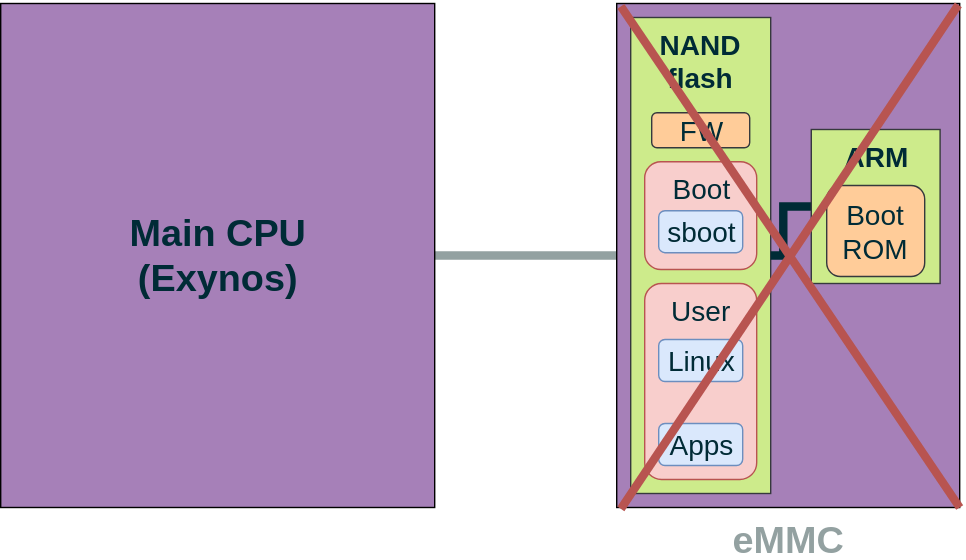
The draw.io diagram resources/schematic_6.svg in oranav/emmc-talk-2017, before a commit. Source tidied: cells renumbered, new cells last; positions are measured from the earlier drawing's top-left corner, leaving out a move shared by most shapes.
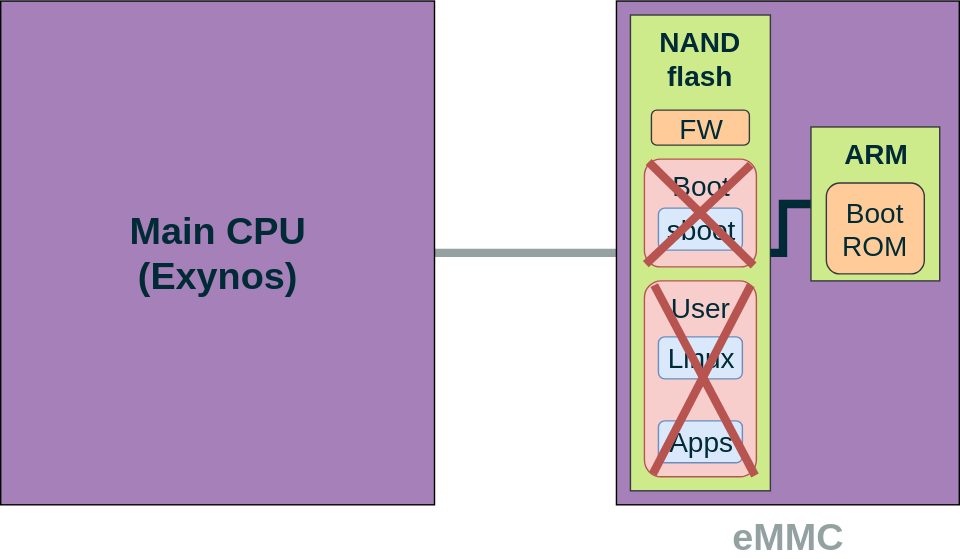
Later version of the same file.

Commit message:
Make schematics more coherent

Change to the diagram source:
```diff
@@ -41,11 +41,17 @@
     <mxCell id="14" value="Apps" style="rounded=1;whiteSpace=wrap;html=1;glass=0;fillColor=#dae8fc;fontFamily=Helvetica;fontSize=20;fontColor=#002B36;strokeColor=#6c8ebf;" parent="1" vertex="1">
       <mxGeometry x="470" y="300" width="60" height="30" as="geometry" />
     </mxCell>
-    <mxCell id="15" style="endArrow=none;html=1;labelBackgroundColor=none;strokeColor=#b85450;strokeWidth=6;fontFamily=Helvetica;fontSize=20;fontColor=#002B36;fillColor=#f8cecc;entryX=0.996;entryY=0.003;entryPerimeter=0;exitX=0.012;exitY=1.003;exitPerimeter=0;" parent="1" edge="1" source="4" target="4">
+    <mxCell id="15" style="endArrow=none;html=1;labelBackgroundColor=none;strokeColor=#b85450;strokeWidth=6;fontFamily=Helvetica;fontSize=20;fontColor=#002B36;fillColor=#f8cecc;entryX=0.95;entryY=0.021;entryPerimeter=0;exitX=0.075;exitY=0.986;exitPerimeter=0;" parent="1" edge="1" source="12" target="12">
       <mxGeometry relative="1" as="geometry" />
     </mxCell>
-    <mxCell id="16" style="endArrow=none;html=1;labelBackgroundColor=none;strokeColor=#b85450;strokeWidth=6;fontFamily=Helvetica;fontSize=20;fontColor=#002B36;fillColor=#f8cecc;exitX=1;exitY=1;exitPerimeter=0;entryX=0.012;entryY=0.006;entryPerimeter=0;" parent="1" edge="1" source="4" target="4">
+    <mxCell id="16" style="endArrow=none;html=1;labelBackgroundColor=none;strokeColor=#b85450;strokeWidth=6;fontFamily=Helvetica;fontSize=20;fontColor=#002B36;fillColor=#f8cecc;exitX=0.988;exitY=0.993;exitPerimeter=0;entryX=0.088;entryY=0.021;entryPerimeter=0;" parent="1" edge="1" source="12" target="12">
       <mxGeometry relative="1" as="geometry" />
     </mxCell>
+    <mxCell id="17" style="endArrow=none;html=1;labelBackgroundColor=none;strokeColor=#b85450;strokeWidth=6;fontFamily=Helvetica;fontSize=20;fontColor=#002B36;fillColor=#f8cecc;entryX=0.038;entryY=0.026;entryPerimeter=0;exitX=0.975;exitY=0.987;exitPerimeter=0;" parent="1" edge="1" source="10" target="10">
+      <mxGeometry relative="1" as="geometry" />
+    </mxCell>
+    <mxCell id="18" style="endArrow=none;html=1;labelBackgroundColor=none;strokeColor=#b85450;strokeWidth=6;fontFamily=Helvetica;fontSize=20;fontColor=#002B36;fillColor=#f8cecc;entryX=0.95;entryY=0.052;entryPerimeter=0;exitX=0.013;exitY=0.974;exitPerimeter=0;" parent="1" edge="1" source="10" target="10">
+      <mxGeometry relative="1" as="geometry" />
+    </mxCell>
   </root>
 </mxGraphModel>
```
